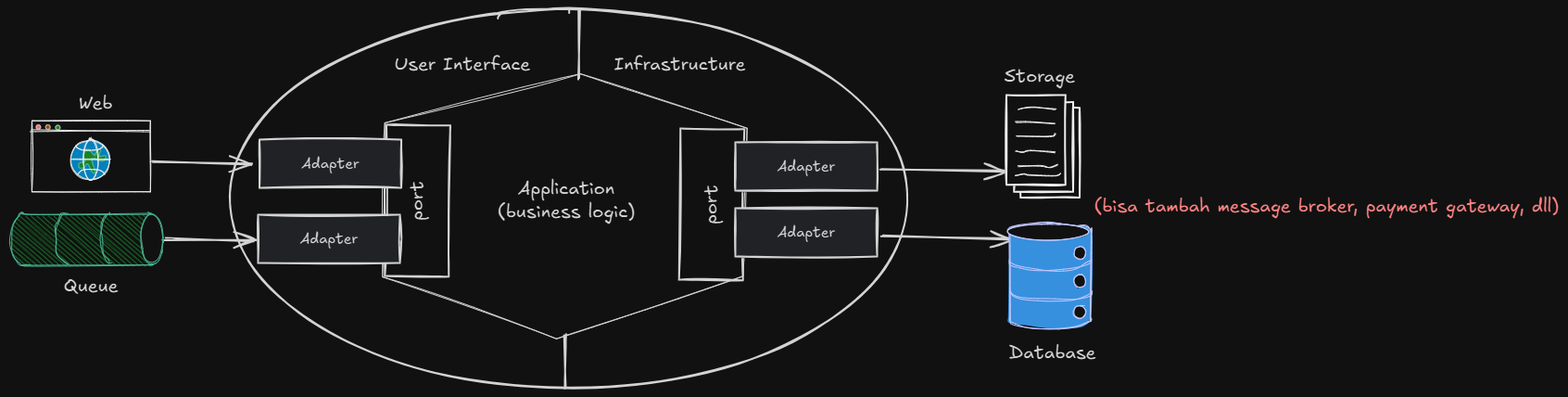
This is DETAILING-HEXAGONAL.excalidraw.png from RIOKOWI/software-architecture, a Excalidraw export, as it was before one commit. Source tidied: one line per element, renumbered; positions are measured from the earlier drawing's top-left corner, leaving out a move shared by most shapes. Source of this version:
```json
{"id": 0, "type": "arrow", "strokeColor": "#1e1e1e", "backgroundColor": "#e9ecef", "fillStyle": "solid", "strokeWidth": 2, "roughness": 1, "endArrowhead": "arrow", "round": true, "to": 10, "x": 131, "y": 165, "width": 108, "height": 2, "points": [[0, 0], [108, 2]]}
{"id": 1, "type": "arrow", "strokeColor": "#1e1e1e", "backgroundColor": "#e9ecef", "fillStyle": "solid", "strokeWidth": 2, "roughness": 1, "endArrowhead": "arrow", "round": true, "from": 38, "to": 12, "x": 145, "y": 247, "width": 96, "height": 2, "points": [[0, 0], [96, 2]]}
{"id": 2, "type": "arrow", "strokeColor": "#1e1e1e", "backgroundColor": "#e9ecef", "fillStyle": "solid", "strokeWidth": 2, "roughness": 1, "endArrowhead": "arrow", "round": true, "from": 16, "to": 42, "x": 917, "y": 171, "width": 134, "height": 2, "points": [[0, 0], [134, 2]]}
{"id": 3, "type": "arrow", "strokeColor": "#1e1e1e", "backgroundColor": "#e9ecef", "fillStyle": "solid", "strokeWidth": 2, "roughness": 1, "endArrowhead": "arrow", "round": true, "from": 14, "to": 53, "x": 918, "y": 245, "width": 140, "height": 2, "points": [[0, 0], [140, 2]]}
{"id": 4, "type": "line", "strokeColor": "#1e1e1e", "strokeWidth": 1, "roughness": 1, "x": 593, "y": 69, "width": 393, "height": 286, "points": [[0, 0], [-211, 53], [-213, 219], [-26, 286], [176, 218], [180, 59], [0, 0]]}
{"id": 5, "type": "text", "text": "Application\n(business logic)", "strokeColor": "#1e1e1e", "strokeWidth": 2, "roughness": 1, "fontSize": 20, "fontFamily": 5, "textAlign": "center", "x": 504, "y": 181, "width": 148, "height": 50}
{"id": 6, "type": "rectangle", "strokeColor": "#1e1e1e", "angle": 4.72, "strokeWidth": 2, "roughness": 1, "x": 336, "y": 172, "width": 163, "height": 69}
{"id": 7, "type": "text", "text": "port", "strokeColor": "#1e1e1e", "angle": 4.72, "strokeWidth": 2, "roughness": 1, "fontSize": 20, "fontFamily": 5, "textAlign": "center", "verticalAlign": "middle", "inside": 6, "x": 396, "y": 194, "width": 43, "height": 25}
{"id": 8, "type": "rectangle", "strokeColor": "#1e1e1e", "angle": 4.72, "strokeWidth": 2, "roughness": 1, "x": 653, "y": 176, "width": 163, "height": 69}
{"id": 9, "type": "text", "text": "port", "strokeColor": "#1e1e1e", "angle": 4.72, "strokeWidth": 2, "roughness": 1, "fontSize": 20, "fontFamily": 5, "textAlign": "center", "verticalAlign": "middle", "inside": 8, "x": 713, "y": 198, "width": 43, "height": 25}
{"id": 10, "type": "rectangle", "strokeColor": "#1e1e1e", "backgroundColor": "#e9ecef", "fillStyle": "solid", "strokeWidth": 2, "roughness": 1, "x": 247, "y": 140, "width": 153, "height": 52}
{"id": 11, "type": "text", "text": "Adapter", "strokeColor": "#1e1e1e", "backgroundColor": "#e9ecef", "fillStyle": "solid", "strokeWidth": 2, "roughness": 1, "fontSize": 16, "fontFamily": 5, "textAlign": "center", "verticalAlign": "middle", "inside": 10, "x": 295, "y": 156, "width": 57, "height": 20}
{"id": 12, "type": "rectangle", "strokeColor": "#1e1e1e", "backgroundColor": "#e9ecef", "fillStyle": "solid", "strokeWidth": 2, "roughness": 1, "x": 245, "y": 221, "width": 153, "height": 52}
{"id": 13, "type": "text", "text": "Adapter", "strokeColor": "#1e1e1e", "backgroundColor": "#e9ecef", "fillStyle": "solid", "strokeWidth": 2, "roughness": 1, "fontSize": 16, "fontFamily": 5, "textAlign": "center", "verticalAlign": "middle", "inside": 12, "x": 293, "y": 237, "width": 57, "height": 20}
{"id": 14, "type": "rectangle", "strokeColor": "#1e1e1e", "backgroundColor": "#e9ecef", "fillStyle": "solid", "strokeWidth": 2, "roughness": 1, "x": 760, "y": 214, "width": 153, "height": 52}
{"id": 15, "type": "text", "text": "Adapter", "strokeColor": "#1e1e1e", "backgroundColor": "#e9ecef", "fillStyle": "solid", "strokeWidth": 2, "roughness": 1, "fontSize": 16, "fontFamily": 5, "textAlign": "center", "verticalAlign": "middle", "inside": 14, "x": 808, "y": 230, "width": 57, "height": 20}
{"id": 16, "type": "rectangle", "strokeColor": "#1e1e1e", "backgroundColor": "#e9ecef", "fillStyle": "solid", "strokeWidth": 2, "roughness": 1, "x": 760, "y": 143, "width": 153, "height": 52}
{"id": 17, "type": "text", "text": "Adapter", "strokeColor": "#1e1e1e", "backgroundColor": "#e9ecef", "fillStyle": "solid", "strokeWidth": 2, "roughness": 1, "fontSize": 16, "fontFamily": 5, "textAlign": "center", "verticalAlign": "middle", "inside": 16, "x": 808, "y": 159, "width": 57, "height": 20}
{"id": 18, "type": "ellipse", "strokeColor": "#1e1e1e", "strokeWidth": 2, "roughness": 1, "round": true, "x": 215, "y": 0, "width": 731, "height": 409}
{"id": 19, "type": "line", "strokeColor": "#1e1e1e", "strokeWidth": 2, "roughness": 1, "round": true, "x": 591, "y": 2, "width": 0, "height": 72, "points": [[0, 0], [0, 72]]}
{"id": 20, "type": "line", "strokeColor": "#1e1e1e", "strokeWidth": 2, "roughness": 1, "round": true, "x": 576, "y": 352, "width": 1, "height": 57, "points": [[0, 0], [1, 57]]}
{"id": 21, "type": "text", "text": "User Interface", "strokeColor": "#1e1e1e", "strokeWidth": 2, "roughness": 1, "fontSize": 20, "fontFamily": 5, "x": 392, "y": 48, "width": 147, "height": 25}
{"id": 22, "type": "text", "text": "Infrastructure", "strokeColor": "#1e1e1e", "strokeWidth": 2, "roughness": 1, "fontSize": 20, "fontFamily": 5, "x": 629, "y": 47, "width": 142, "height": 25}
{"id": 23, "type": "rectangle", "strokeColor": "#000000", "strokeWidth": 1, "roughness": 1, "x": 1, "y": 120, "width": 128, "height": 77}
{"id": 24, "type": "line", "strokeColor": "#000000", "strokeWidth": 1, "roughness": 1, "round": true, "x": 0, "y": 131, "width": 129, "height": 0, "points": [[0, 0], [129, 0]]}
{"id": 25, "type": "ellipse", "strokeColor": "#000000", "backgroundColor": "#fa5252", "fillStyle": "solid", "strokeWidth": 1, "roughness": 0, "x": 6, "y": 124, "width": 5, "height": 5}
{"id": 26, "type": "ellipse", "strokeColor": "#000000", "backgroundColor": "#fab005", "fillStyle": "solid", "strokeWidth": 1, "roughness": 0, "x": 16, "y": 124, "width": 5, "height": 5}
{"id": 27, "type": "ellipse", "strokeColor": "#000000", "backgroundColor": "#40c057", "fillStyle": "solid", "strokeWidth": 1, "roughness": 0, "x": 27, "y": 125, "width": 5, "height": 5}
{"id": 28, "type": "ellipse", "strokeColor": "#000000", "backgroundColor": "#04aaf7", "fillStyle": "solid", "strokeWidth": 1, "roughness": 1, "opacity": 90, "x": 43, "y": 141, "width": 43, "height": 43}
{"id": 29, "type": "line", "strokeColor": "#087f5b", "backgroundColor": "#40c057", "fillStyle": "solid", "strokeWidth": 1, "roughness": 0, "round": true, "x": 70, "y": 157, "width": 28, "height": 24, "points": [[0, 0], [-2, 0], [-8, -6], [-11, -4], [-13, 2], [-11, 7], [-17, 9], [-17, 14], [-12, 13], [-9, 9], [-4, 18], [0, 18], [-4, 5], [1, 4], [3, 6], [9, 6], [11, 1], [4, 1], [5, -6], [2, -5], [0, -1], [0, 0]]}
{"id": 30, "type": "line", "strokeColor": "#000000", "backgroundColor": "#99bcff", "fillStyle": "solid", "strokeWidth": 1, "roughness": 1, "opacity": 90, "round": true, "x": 44, "y": 162, "width": 42, "height": 0, "points": [[0, 0], [42, 0]]}
{"id": 31, "type": "line", "strokeColor": "#000000", "backgroundColor": "#99bcff", "fillStyle": "solid", "strokeWidth": 1, "roughness": 0, "opacity": 90, "round": true, "x": 49, "y": 146, "width": 29, "height": 6, "points": [[0, 0], [1, 2], [4, 4], [9, 5], [15, 5], [24, 5], [28, 2], [29, 0]]}
{"id": 32, "type": "ellipse", "strokeColor": "#000000", "strokeWidth": 1, "roughness": 1, "opacity": 90, "x": 57, "y": 139, "width": 16, "height": 45}
{"id": 33, "type": "line", "strokeColor": "#000000", "backgroundColor": "#99bcff", "fillStyle": "solid", "strokeWidth": 1, "roughness": 0, "opacity": 90, "round": true, "x": 50, "y": 178, "width": 29, "height": 6, "points": [[0, 0], [4, -4], [9, -6], [15, -6], [24, -5], [28, -2], [29, 0]]}
{"id": 34, "type": "text", "text": "Web", "strokeColor": "#1e1e1e", "strokeWidth": 2, "roughness": 1, "fontSize": 20, "fontFamily": 5, "x": 51, "y": 90, "width": 37, "height": 25}
{"id": 35, "type": "line", "strokeColor": "#087f5b", "angle": 1.57, "backgroundColor": "#40c057", "fillStyle": "hachure", "strokeWidth": 1, "roughness": 1, "round": true, "x": 32, "y": 179, "width": 55, "height": 163, "points": [[0, 0], [0, 123], [0, 137], [3, 143], [13, 148], [29, 150], [45, 148], [54, 141], [55, 136], [55, 125], [55, 10], [55, 0], [51, -7], [44, -10], [27, -13], [13, -11], [2, -5], [0, 0], [0, 0]]}
{"id": 36, "type": "line", "strokeColor": "#087f5b", "angle": 1.57, "strokeWidth": 1, "roughness": 1, "round": true, "x": 7, "y": 241, "width": 54, "height": 13, "points": [[0, 0], [1, 5], [7, 10], [16, 13], [28, 13], [43, 11], [52, 5], [54, -1]]}
{"id": 37, "type": "line", "strokeColor": "#087f5b", "angle": 1.57, "strokeWidth": 1, "roughness": 1, "round": true, "x": 55, "y": 241, "width": 53, "height": 11, "points": [[0, 0], [1, 4], [7, 8], [16, 10], [28, 10], [43, 9], [52, 4], [53, 0]]}
{"id": 38, "type": "ellipse", "strokeColor": "#087f5b", "angle": 1.57, "backgroundColor": "#fff", "fillStyle": "solid", "strokeWidth": 1, "roughness": 1, "x": 104, "y": 235, "width": 54, "height": 24}
{"id": 39, "type": "text", "text": "Queue", "strokeColor": "#1e1e1e", "strokeWidth": 2, "roughness": 1, "fontSize": 20, "fontFamily": 5, "x": 35, "y": 287, "width": 59, "height": 25}
{"id": 40, "type": "rectangle", "strokeColor": "#000000", "backgroundColor": "#fff", "fillStyle": "solid", "strokeWidth": 2, "roughness": 1, "x": 1068, "y": 106, "width": 64, "height": 97}
{"id": 41, "type": "rectangle", "strokeColor": "#000000", "backgroundColor": "#fff", "fillStyle": "solid", "strokeWidth": 2, "roughness": 1, "x": 1061, "y": 100, "width": 64, "height": 97}
{"id": 42, "type": "rectangle", "strokeColor": "#000000", "backgroundColor": "#fff", "fillStyle": "solid", "strokeWidth": 2, "roughness": 1, "x": 1053, "y": 92, "width": 64, "height": 97}
{"id": 43, "type": "line", "strokeColor": "#000000", "backgroundColor": "#fff", "fillStyle": "solid", "strokeWidth": 1, "roughness": 1, "round": true, "x": 1063, "y": 136, "width": 42, "height": 3, "points": [[0, 0], [36, 0], [42, -3]]}
{"id": 44, "type": "line", "strokeColor": "#000000", "backgroundColor": "#fff", "fillStyle": "solid", "strokeWidth": 1, "roughness": 1, "round": true, "x": 1065, "y": 108, "width": 41, "height": 3, "points": [[0, 0], [15, -3], [41, 0]]}
{"id": 45, "type": "line", "strokeColor": "#000000", "backgroundColor": "#fff", "fillStyle": "solid", "strokeWidth": 1, "roughness": 1, "round": true, "x": 1065, "y": 169, "width": 44, "height": 4, "points": [[0, 0], [24, 0], [34, 2], [44, -2]]}
{"id": 46, "type": "line", "strokeColor": "#000000", "backgroundColor": "#fff", "fillStyle": "solid", "strokeWidth": 1, "roughness": 1, "round": true, "x": 1062, "y": 179, "width": 49, "height": 3, "points": [[0, 0], [9, -1], [15, -1], [42, 1], [49, -2]]}
{"id": 47, "type": "line", "strokeColor": "#000000", "backgroundColor": "#fff", "fillStyle": "solid", "strokeWidth": 1, "roughness": 1, "round": true, "x": 1062, "y": 121, "width": 42, "height": 2, "points": [[0, 0], [16, -1], [42, 2]]}
{"id": 48, "type": "line", "strokeColor": "#000000", "backgroundColor": "#fff", "fillStyle": "solid", "strokeWidth": 1, "roughness": 1, "round": true, "x": 1062, "y": 153, "width": 42, "height": 2, "points": [[0, 0], [7, 1], [16, -1], [42, 2]]}
{"id": 49, "type": "text", "text": "Storage", "strokeColor": "#1e1e1e", "strokeWidth": 2, "roughness": 1, "fontSize": 20, "fontFamily": 5, "x": 1050, "y": 61, "width": 76, "height": 25}
{"id": 50, "type": "line", "strokeColor": "#0a11d3", "backgroundColor": "#228be6", "fillStyle": "solid", "strokeWidth": 1, "roughness": 1, "round": true, "x": 1056, "y": 239, "width": 88, "height": 114, "points": [[0, 0], [0, 86], [0, 96], [5, 100], [20, 104], [47, 105], [72, 103], [86, 99], [88, 95], [88, 87], [88, 7], [87, 0], [82, -5], [70, -7], [43, -9], [21, -8], [4, -4], [0, 0], [0, 0]]}
{"id": 51, "type": "line", "strokeColor": "#0a11d3", "strokeWidth": 1, "roughness": 1, "round": true, "x": 1056, "y": 304, "width": 88, "height": 10, "points": [[0, 0], [2, 4], [12, 7], [26, 9], [47, 9], [71, 8], [85, 3], [88, 0]]}
{"id": 52, "type": "line", "strokeColor": "#0a11d3", "strokeWidth": 1, "roughness": 1, "round": true, "x": 1055, "y": 271, "width": 88, "height": 10, "points": [[0, 0], [2, 4], [12, 7], [26, 9], [47, 9], [71, 8], [85, 3], [88, 0]]}
{"id": 53, "type": "ellipse", "strokeColor": "#0a11d3", "backgroundColor": "#fff", "fillStyle": "solid", "strokeWidth": 1, "roughness": 1, "x": 1054, "y": 231, "width": 88, "height": 18}
{"id": 54, "type": "ellipse", "strokeColor": "#0a11d3", "backgroundColor": "#fff", "fillStyle": "solid", "strokeWidth": 1, "roughness": 1, "x": 1126, "y": 255, "width": 13, "height": 14}
{"id": 55, "type": "ellipse", "strokeColor": "#0a11d3", "backgroundColor": "#fff", "fillStyle": "solid", "strokeWidth": 1, "roughness": 1, "x": 1126, "y": 286, "width": 13, "height": 14}
{"id": 56, "type": "ellipse", "strokeColor": "#0a11d3", "backgroundColor": "#fff", "fillStyle": "solid", "strokeWidth": 1, "roughness": 1, "x": 1126, "y": 319, "width": 13, "height": 14}
{"id": 57, "type": "text", "text": "Database", "strokeColor": "#1e1e1e", "strokeWidth": 2, "roughness": 1, "fontSize": 20, "fontFamily": 5, "x": 1055, "y": 359, "width": 94, "height": 25}
{"id": 58, "type": "text", "text": "(bisa tambah message broker, payment gateway, dll)", "strokeColor": "#e03131", "strokeWidth": 2, "roughness": 1, "fontSize": 20, "fontFamily": 5, "x": 1147, "y": 200, "width": 501, "height": 25}
```
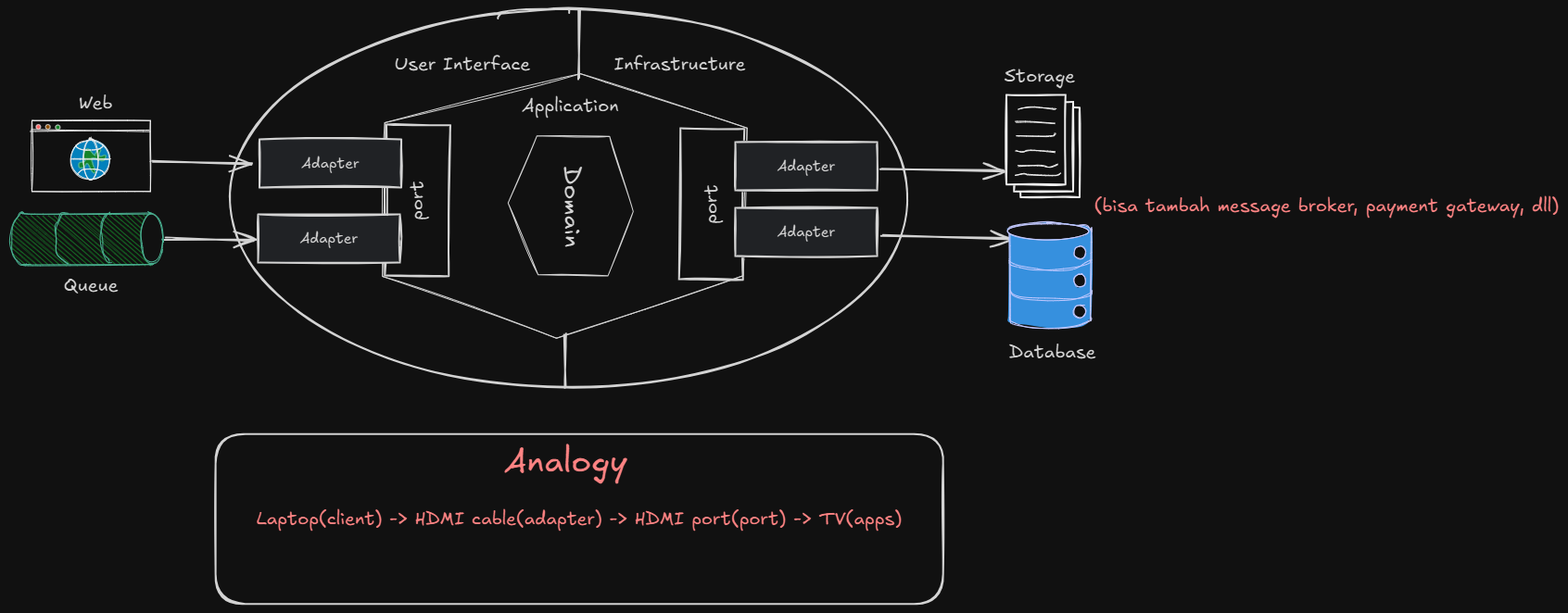
Above is the later version.

Commit message:
docs(hexagonal architecture): adding analogy for hexagonal arch

What changed in the source:
```diff
@@ -1,9 +1,9 @@
 {"id": 0, "type": "arrow", "strokeColor": "#1e1e1e", "backgroundColor": "#e9ecef", "fillStyle": "solid", "strokeWidth": 2, "roughness": 1, "endArrowhead": "arrow", "round": true, "to": 10, "x": 131, "y": 165, "width": 108, "height": 2, "points": [[0, 0], [108, 2]]}
 {"id": 1, "type": "arrow", "strokeColor": "#1e1e1e", "backgroundColor": "#e9ecef", "fillStyle": "solid", "strokeWidth": 2, "roughness": 1, "endArrowhead": "arrow", "round": true, "from": 38, "to": 12, "x": 145, "y": 247, "width": 96, "height": 2, "points": [[0, 0], [96, 2]]}
-{"id": 2, "type": "arrow", "strokeColor": "#1e1e1e", "backgroundColor": "#e9ecef", "fillStyle": "solid", "strokeWidth": 2, "roughness": 1, "endArrowhead": "arrow", "round": true, "from": 16, "to": 42, "x": 917, "y": 171, "width": 134, "height": 2, "points": [[0, 0], [134, 2]]}
+{"id": 2, "type": "arrow", "strokeColor": "#1e1e1e", "backgroundColor": "#e9ecef", "fillStyle": "solid", "strokeWidth": 2, "roughness": 1, "endArrowhead": "arrow", "round": true, "from": 16, "to": 42, "x": 917, "y": 171, "width": 133, "height": 2, "points": [[0, 0], [133, 2]]}
 {"id": 3, "type": "arrow", "strokeColor": "#1e1e1e", "backgroundColor": "#e9ecef", "fillStyle": "solid", "strokeWidth": 2, "roughness": 1, "endArrowhead": "arrow", "round": true, "from": 14, "to": 53, "x": 918, "y": 245, "width": 140, "height": 2, "points": [[0, 0], [140, 2]]}
 {"id": 4, "type": "line", "strokeColor": "#1e1e1e", "strokeWidth": 1, "roughness": 1, "x": 593, "y": 69, "width": 393, "height": 286, "points": [[0, 0], [-211, 53], [-213, 219], [-26, 286], [176, 218], [180, 59], [0, 0]]}
-{"id": 5, "type": "text", "text": "Application\n(business logic)", "strokeColor": "#1e1e1e", "strokeWidth": 2, "roughness": 1, "fontSize": 20, "fontFamily": 5, "textAlign": "center", "x": 504, "y": 181, "width": 148, "height": 50}
+{"id": 5, "type": "text", "text": "Application", "strokeColor": "#1e1e1e", "strokeWidth": 2, "roughness": 1, "fontSize": 20, "fontFamily": 5, "textAlign": "center", "x": 530, "y": 93, "width": 104, "height": 25}
 {"id": 6, "type": "rectangle", "strokeColor": "#1e1e1e", "angle": 4.72, "strokeWidth": 2, "roughness": 1, "x": 336, "y": 172, "width": 163, "height": 69}
 {"id": 7, "type": "text", "text": "port", "strokeColor": "#1e1e1e", "angle": 4.72, "strokeWidth": 2, "roughness": 1, "fontSize": 20, "fontFamily": 5, "textAlign": "center", "verticalAlign": "middle", "inside": 6, "x": 396, "y": 194, "width": 43, "height": 25}
 {"id": 8, "type": "rectangle", "strokeColor": "#1e1e1e", "angle": 4.72, "strokeWidth": 2, "roughness": 1, "x": 653, "y": 176, "width": 163, "height": 69}
@@ -57,3 +57,8 @@
 {"id": 56, "type": "ellipse", "strokeColor": "#0a11d3", "backgroundColor": "#fff", "fillStyle": "solid", "strokeWidth": 1, "roughness": 1, "x": 1126, "y": 319, "width": 13, "height": 14}
 {"id": 57, "type": "text", "text": "Database", "strokeColor": "#1e1e1e", "strokeWidth": 2, "roughness": 1, "fontSize": 20, "fontFamily": 5, "x": 1055, "y": 359, "width": 94, "height": 25}
 {"id": 58, "type": "text", "text": "(bisa tambah message broker, payment gateway, dll)", "strokeColor": "#e03131", "strokeWidth": 2, "roughness": 1, "fontSize": 20, "fontFamily": 5, "x": 1147, "y": 200, "width": 501, "height": 25}
+{"id": 59, "type": "line", "strokeColor": "#1e1e1e", "angle": 1.56, "strokeWidth": 1, "roughness": 1, "x": 589, "y": 145, "width": 152, "height": 135, "points": [[0, 0], [-81, 25], [-82, 103], [-10, 135], [68, 103], [69, 28], [0, 0]]}
+{"id": 60, "type": "text", "text": "Domain", "strokeColor": "#1e1e1e", "angle": 1.56, "strokeWidth": 2, "roughness": 1, "fontSize": 26.04, "fontFamily": 5, "x": 539, "y": 197, "width": 88, "height": 33}
+{"id": 61, "type": "rectangle", "strokeColor": "#1e1e1e", "strokeWidth": 2, "roughness": 1, "round": true, "x": 199, "y": 459, "width": 785, "height": 183}
+{"id": 62, "type": "text", "text": "Laptop(client) -> HDMI cable(adapter) -> HDMI port(port) -> TV(apps)", "strokeColor": "#e03131", "strokeWidth": 2, "roughness": 1, "fontSize": 20, "fontFamily": 5, "textAlign": "center", "verticalAlign": "middle", "inside": 61, "x": 244, "y": 538, "width": 696, "height": 25}
+{"id": 63, "type": "text", "text": "Analogy", "strokeColor": "#e03131", "strokeWidth": 2, "roughness": 1, "fontSize": 36, "fontFamily": 5, "x": 511, "y": 467, "width": 133, "height": 45}
```
